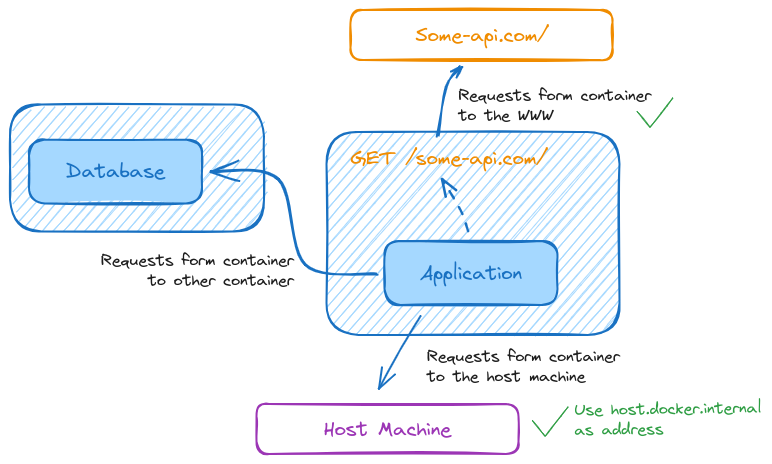
This is networking/docs/neworks.excalidraw.png from ThomasCode92/docker-k8s-practical-guide, a Excalidraw export, as it was before one commit. Source tidied: one line per element, renumbered; positions are measured from the earlier drawing's top-left corner, leaving out a move shared by most shapes.
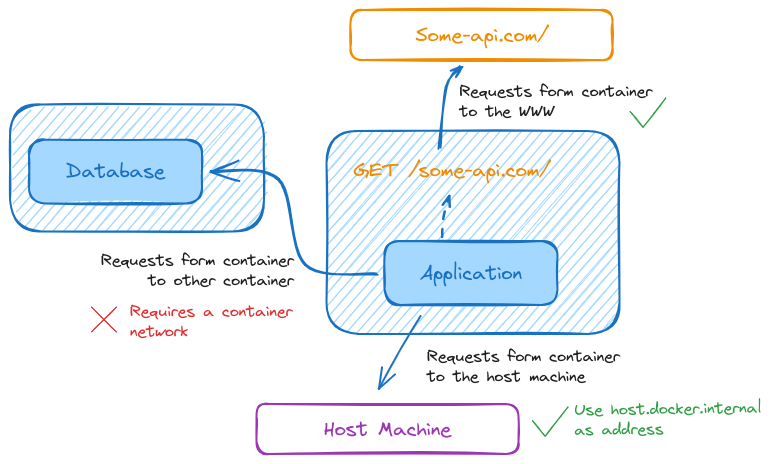
Above is the later version.

Commit message:
Container to Container Communication: A Basic Solution

Diff of the diagram source:
```diff
@@ -1,12 +1,12 @@
-{"id": 0, "type": "rectangle", "strokeColor": "#1971c2", "backgroundColor": "#a5d8ff", "fillStyle": "hachure", "strokeWidth": 2, "roughness": 1, "round": true, "x": 316, "y": 122, "width": 293, "height": 203}
+{"id": 0, "type": "rectangle", "strokeColor": "#1971c2", "backgroundColor": "#a5d8ff", "fillStyle": "hachure", "strokeWidth": 2, "roughness": 1, "round": true, "x": 316, "y": 121, "width": 293, "height": 203}
 {"id": 1, "type": "rectangle", "strokeColor": "#1971c2", "backgroundColor": "#a5d8ff", "fillStyle": "solid", "strokeWidth": 2, "roughness": 1, "round": true, "x": 374, "y": 231, "width": 173, "height": 64}
 {"id": 2, "type": "text", "text": "Application", "strokeColor": "#1971c2", "strokeWidth": 2, "roughness": 1, "fontSize": 20, "fontFamily": 1, "textAlign": "center", "verticalAlign": "middle", "inside": 1, "x": 410, "y": 250, "width": 102, "height": 25}
-{"id": 3, "type": "text", "text": "GET /some-api.com/", "strokeColor": "#f08c00", "strokeWidth": 2, "roughness": 1, "fontSize": 20, "fontFamily": 1, "x": 340, "y": 136, "width": 196, "height": 25}
+{"id": 3, "type": "text", "text": "GET /some-api.com/", "strokeColor": "#f08c00", "strokeWidth": 2, "roughness": 1, "fontSize": 20, "fontFamily": 1, "x": 344, "y": 148, "width": 196, "height": 25}
-{"id": 4, "type": "arrow", "strokeColor": "#1971c2", "strokeWidth": 2, "strokeStyle": "dashed", "roughness": 0, "endArrowhead": "arrow", "round": true, "from": 1, "to": 3, "x": 458, "y": 221, "width": 26, "height": 52, "points": [[0, 0], [-8, -21], [-26, -52]]}
+{"id": 4, "type": "arrow", "strokeColor": "#1971c2", "strokeWidth": 2, "strokeStyle": "dashed", "roughness": 0, "endArrowhead": "arrow", "round": true, "from": 1, "to": 3, "x": 432, "y": 227, "width": 7, "height": 41, "points": [[0, 0], [1, -20], [7, -41]]}
 {"id": 5, "type": "rectangle", "strokeColor": "#f08c00", "strokeWidth": 2, "roughness": 1, "round": true, "x": 340, "y": 0, "width": 262, "height": 50}
 {"id": 6, "type": "text", "text": "Some-api.com/", "strokeColor": "#f08c00", "strokeWidth": 2, "roughness": 1, "fontSize": 20, "fontFamily": 1, "textAlign": "center", "verticalAlign": "middle", "inside": 5, "x": 406, "y": 12, "width": 132, "height": 25}
-{"id": 7, "type": "arrow", "strokeColor": "#1971c2", "strokeWidth": 2, "roughness": 1, "endArrowhead": "arrow", "round": true, "from": 3, "to": 5, "x": 427, "y": 127, "width": 24, "height": 70, "points": [[0, 0], [10, -50], [24, -70]]}
+{"id": 7, "type": "arrow", "strokeColor": "#1971c2", "strokeWidth": 2, "roughness": 1, "endArrowhead": "arrow", "round": true, "from": 3, "to": 5, "x": 429, "y": 139, "width": 22, "height": 82, "points": [[0, 0], [9, -62], [22, -82]]}
-{"id": 8, "type": "text", "text": "Requests form container\nto the WWW", "strokeColor": "#1e1e1e", "strokeWidth": 2, "strokeStyle": "dashed", "roughness": 0, "fontSize": 16, "fontFamily": 1, "x": 448, "y": 76, "width": 193, "height": 40}
+{"id": 8, "type": "text", "text": "Requests form container\nto the WWW", "strokeColor": "#1e1e1e", "strokeWidth": 2, "strokeStyle": "dashed", "roughness": 0, "fontSize": 16, "fontFamily": 1, "x": 450, "y": 72, "width": 193, "height": 40}
 {"id": 9, "type": "rectangle", "strokeColor": "#9c36b5", "strokeWidth": 2, "roughness": 1, "round": true, "x": 246, "y": 394, "width": 262, "height": 50}
 {"id": 10, "type": "text", "text": "Host Machine", "strokeColor": "#9c36b5", "strokeWidth": 2, "roughness": 1, "fontSize": 20, "fontFamily": 1, "textAlign": "center", "verticalAlign": "middle", "inside": 9, "x": 314, "y": 406, "width": 127, "height": 25}
 {"id": 11, "type": "arrow", "strokeColor": "#1971c2", "backgroundColor": "#a5d8ff", "fillStyle": "hachure", "strokeWidth": 2, "roughness": 0, "endArrowhead": "arrow", "round": true, "from": 1, "to": 9, "x": 411, "y": 306, "width": 42, "height": 73, "points": [[0, 0], [-21, 35], [-42, 73]]}
@@ -16,6 +16,9 @@
 {"id": 15, "type": "text", "text": "Database", "strokeColor": "#1971c2", "strokeWidth": 2, "roughness": 1, "fontSize": 20, "fontFamily": 1, "textAlign": "center", "verticalAlign": "middle", "inside": 14, "x": 56, "y": 149, "width": 99, "height": 25}
 {"id": 16, "type": "arrow", "strokeColor": "#1971c2", "backgroundColor": "#a5d8ff", "fillStyle": "hachure", "strokeWidth": 2, "roughness": 1, "endArrowhead": "arrow", "round": true, "from": 1, "to": 14, "x": 368, "y": 265, "width": 166, "height": 104, "points": [[0, 0], [-73, -10], [-98, -95], [-166, -104]]}
 {"id": 17, "type": "text", "text": "Requests form container\nto other container", "strokeColor": "#1e1e1e", "strokeWidth": 2, "strokeStyle": "dashed", "roughness": 0, "fontSize": 16, "fontFamily": 1, "textAlign": "right", "x": 91, "y": 241, "width": 193, "height": 40}
-{"id": 18, "type": "line", "strokeColor": "#2f9e44", "strokeWidth": 1, "roughness": 1, "x": 627, "y": 101, "width": 36, "height": 30, "points": [[0, 0], [13, 16], [36, -14]]}
+{"id": 18, "type": "line", "strokeColor": "#2f9e44", "strokeWidth": 1, "roughness": 1, "x": 620, "y": 101, "width": 36, "height": 30, "points": [[0, 0], [13, 16], [36, -14]]}
 {"id": 19, "type": "line", "strokeColor": "#2f9e44", "strokeWidth": 1, "roughness": 1, "x": 522, "y": 410, "width": 36, "height": 30, "points": [[0, 0], [13, 16], [36, -14]]}
 {"id": 20, "type": "text", "text": "Use host.docker.internal\nas address", "strokeColor": "#2f9e44", "angle": 6.27, "strokeWidth": 2, "roughness": 1, "fontSize": 16, "fontFamily": 1, "x": 564, "y": 390, "width": 188, "height": 40}
+{"id": 21, "type": "line", "strokeColor": "#e03131", "backgroundColor": "black", "fillStyle": "solid", "strokeWidth": 1, "roughness": 1, "x": 81, "y": 322, "width": 25, "height": 25, "points": [[0, 0], [25, -25]]}
+{"id": 22, "type": "line", "strokeColor": "#e03131", "backgroundColor": "black", "fillStyle": "solid", "strokeWidth": 1, "roughness": 1, "x": 107, "y": 322, "width": 25, "height": 25, "points": [[0, 0], [-25, -25]]}
+{"id": 23, "type": "text", "text": "Requires a container\nnetwork", "strokeColor": "#e03131", "strokeWidth": 2, "roughness": 1, "fontSize": 16, "fontFamily": 1, "x": 120, "y": 292, "width": 163, "height": 40}
```
